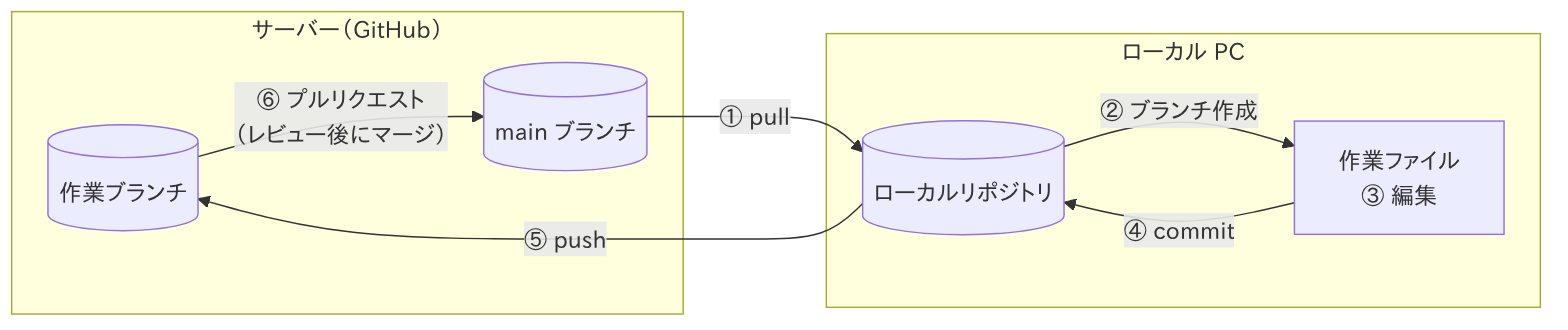
Before: svn-to-github-migration/docs/img/01-git-github-3.png, a diagram exported from Mermaid (xclang-brain/document). Its source is kept beside it as svn-to-github-migration/diagrams/01-git-github-3.mmd. Source of this version:
```mermaid
flowchart LR
    subgraph GH["サーバー（GitHub）"]
        B[("作業ブランチ")] -->|"⑥ プルリクエスト<br/>（レビュー後にマージ）"| M[("main ブランチ")]
    end
    subgraph PC["ローカル PC"]
        W["作業ファイル<br/>③ 編集"] -->|"④ commit"| L[("ローカルリポジトリ")]
        L -->|"② ブランチ作成"| W
    end
    M -->|"① pull"| L
    L -->|"⑤ push"| B
```
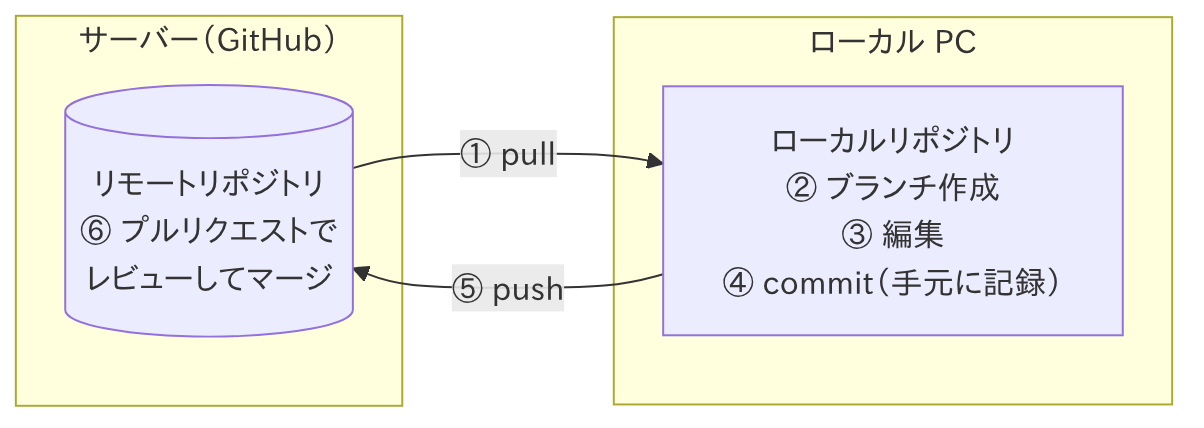
The same file after the commit.

Commit message:
移行説明資料：1.4 の Git の図を修正

ブランチ作成をデータの流れの矢印として描いていた点、ブランチを
別々の保存場所のように描いていた点を修正。サーバーとローカル PC の
間を行き来するのは pull と push だけになるよう整理した。

Claude-Session: https://claude.ai/code/session_01P9fjH1UzaVXdMC2XXbQtP6

Diff of the diagram source:
```diff
@@ -1,10 +1,9 @@
 flowchart LR
     subgraph GH["サーバー（GitHub）"]
-        B[("作業ブランチ")] -->|"⑥ プルリクエスト<br/>（レビュー後にマージ）"| M[("main ブランチ")]
+        R[("リモートリポジトリ<br/>⑥ プルリクエストで<br/>レビューしてマージ")]
     end
     subgraph PC["ローカル PC"]
-        W["作業ファイル<br/>③ 編集"] -->|"④ commit"| L[("ローカルリポジトリ")]
-        L -->|"② ブランチ作成"| W
+        L["ローカルリポジトリ<br/>② ブランチ作成<br/>③ 編集<br/>④ commit（手元に記録）"]
     end
-    M -->|"① pull"| L
-    L -->|"⑤ push"| B
+    R -->|"① pull"| L
+    L -->|"⑤ push"| R
```
